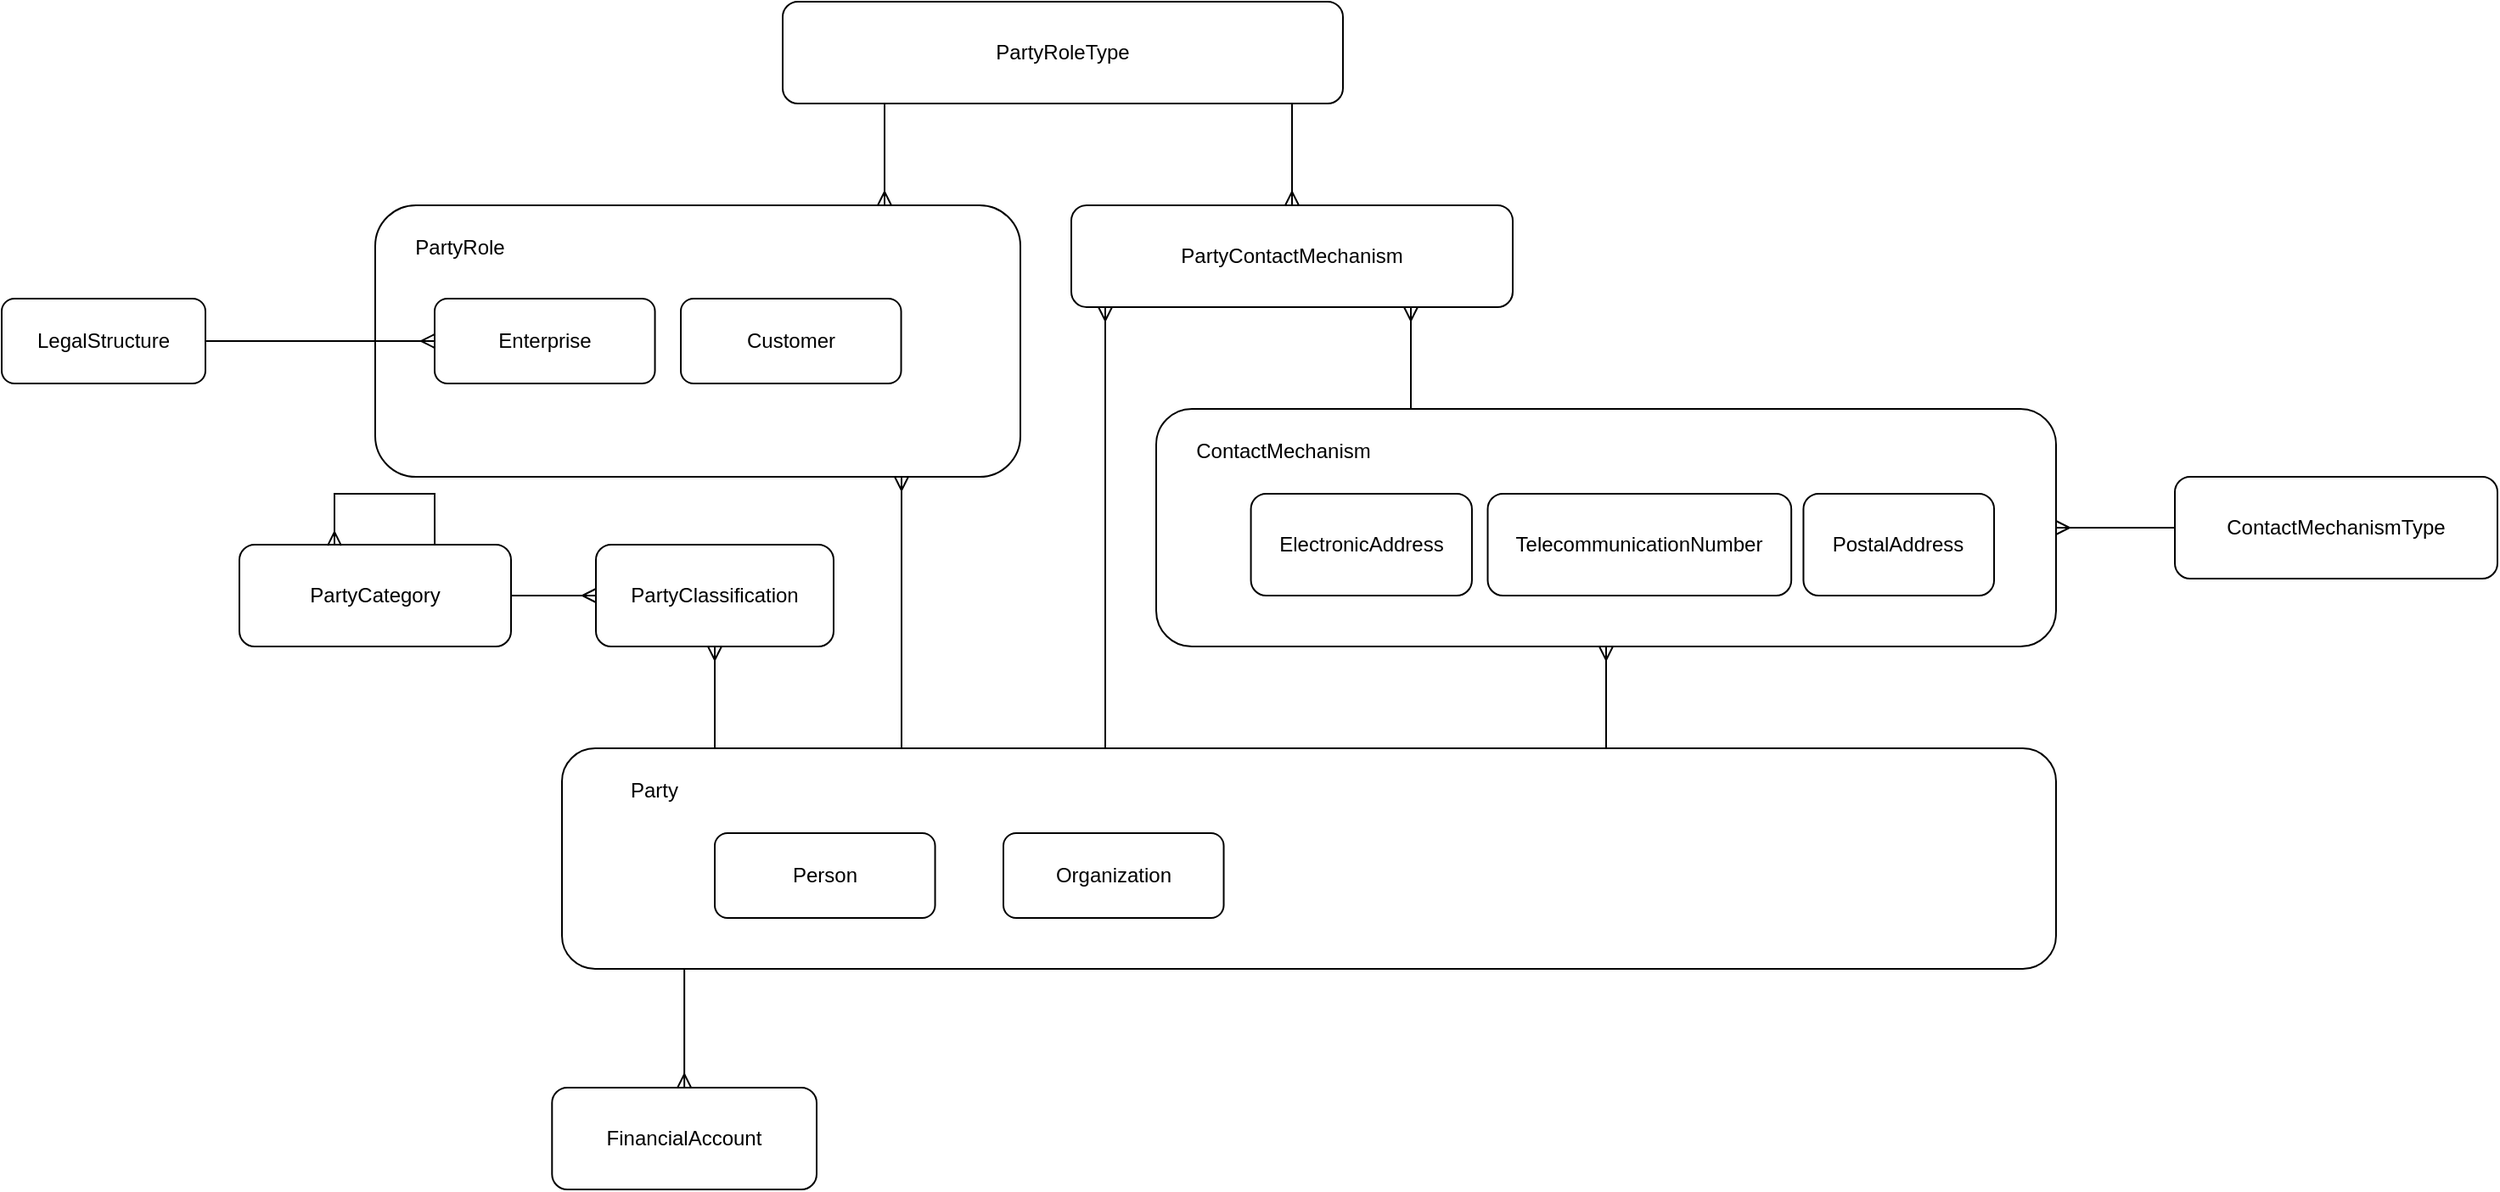
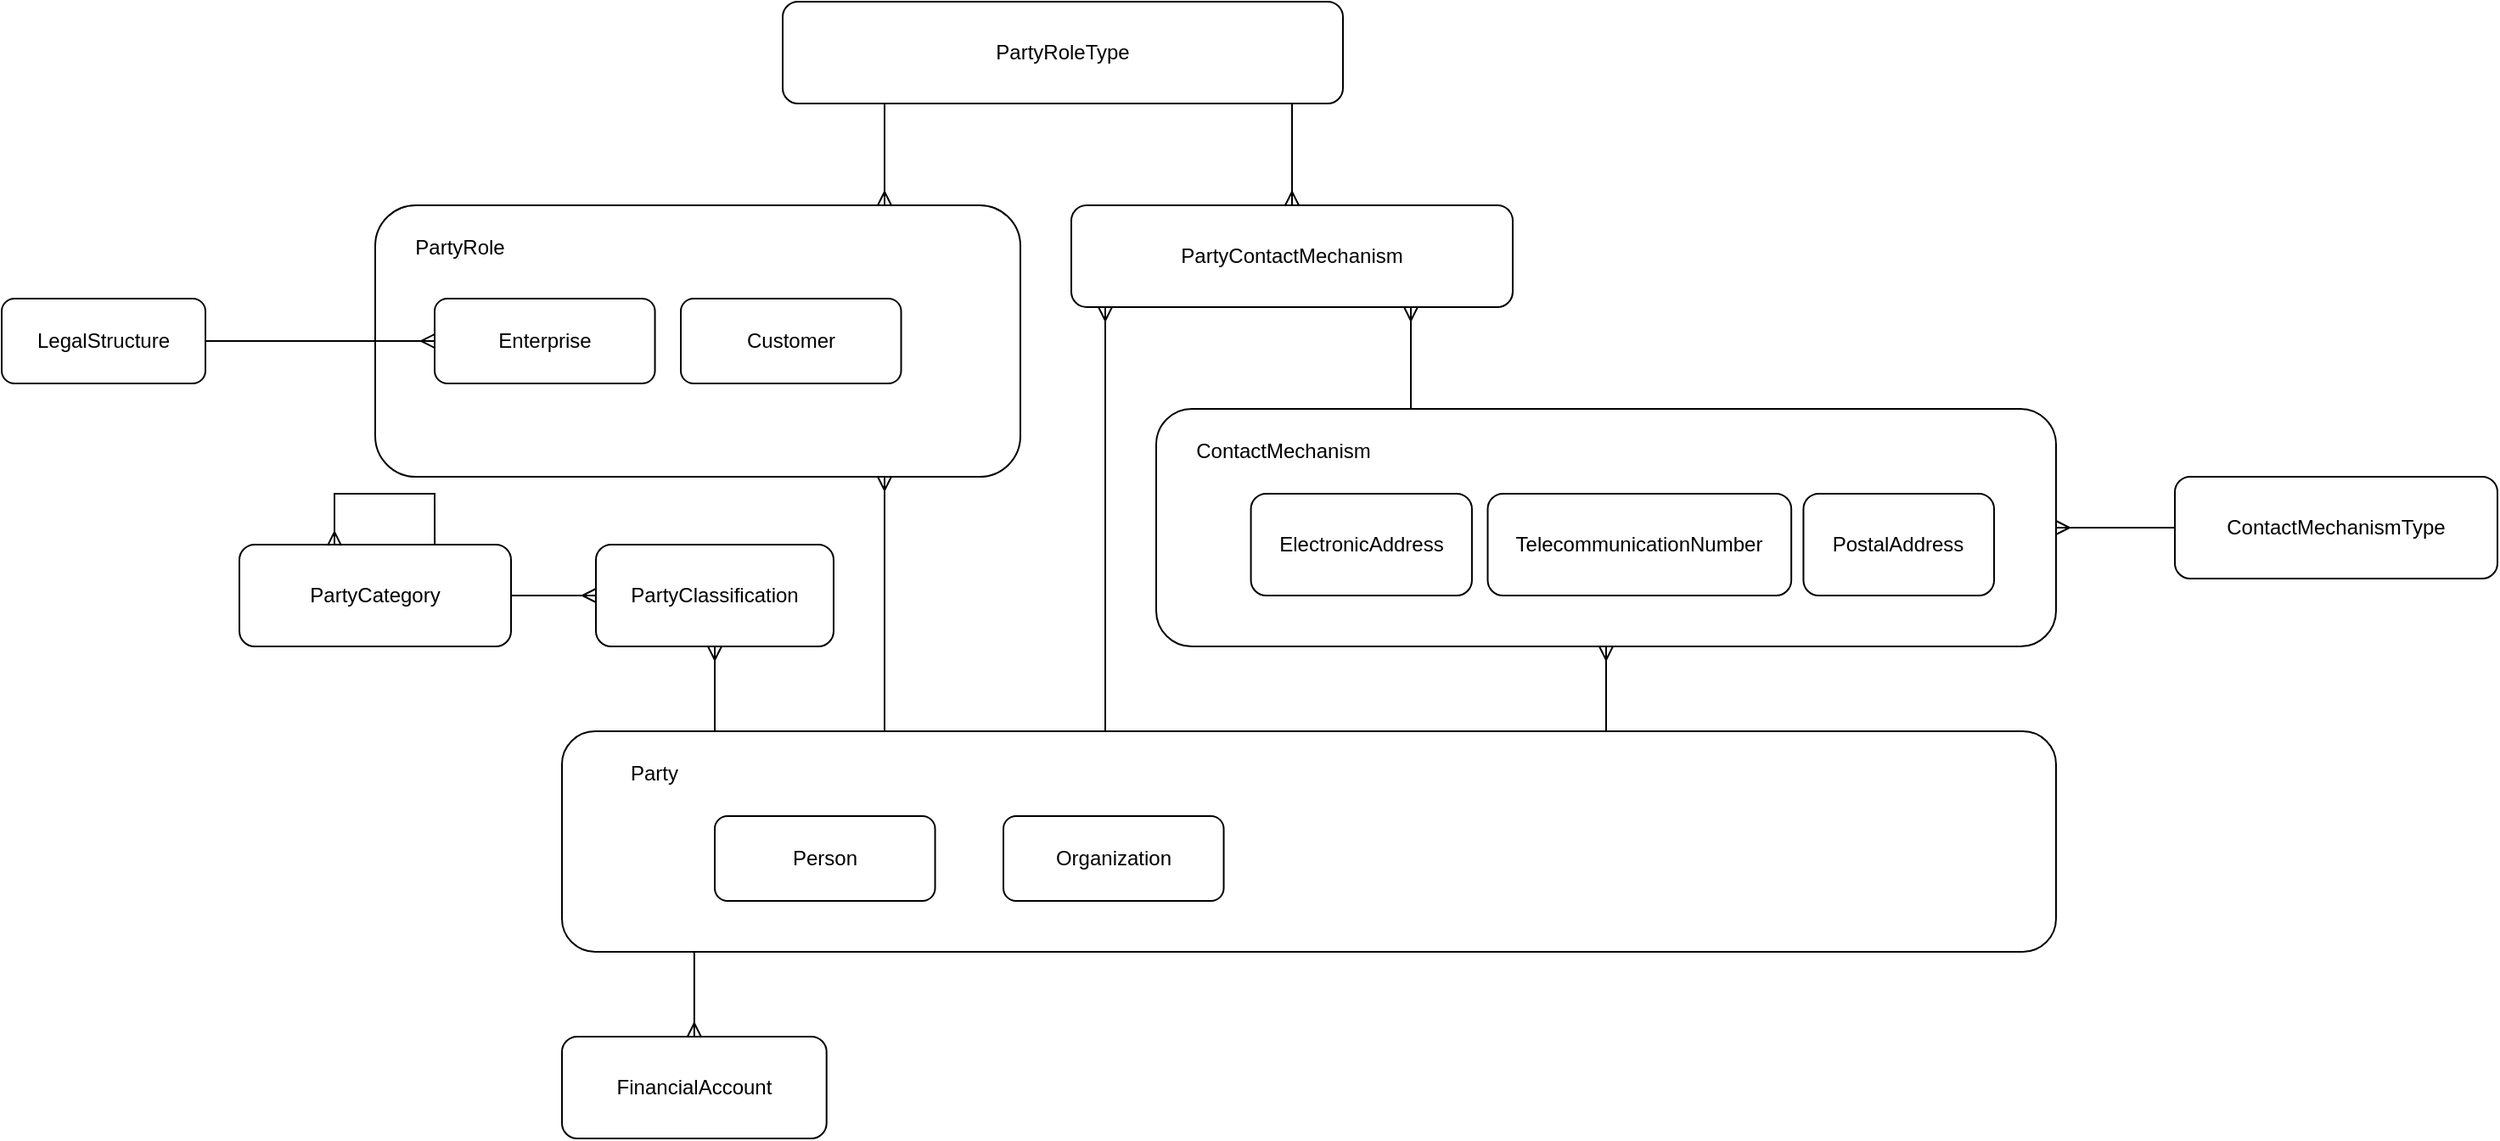
<mxfile host="app.diagrams.net" agent="Mozilla/5.0 (Windows NT 10.0; Win64; x64) AppleWebKit/537.36 (KHTML, like Gecko) Chrome/141.0.0.0 Safari/537.36" version="28.2.9">
  <diagram name="Page-1" id="d0nJ6Fx9cUZLMqGtfM0H">
-     <mxGraphModel dx="2339" dy="1989" grid="1" gridSize="10" guides="1" tooltips="1" connect="1" arrows="1" fold="1" page="1" pageScale="1" pageWidth="850" pageHeight="1100" math="0" shadow="0">
+     <mxGraphModel dx="1842" dy="1692" grid="1" gridSize="10" guides="1" tooltips="1" connect="1" arrows="1" fold="1" page="1" pageScale="1" pageWidth="850" pageHeight="1100" math="0" shadow="0">
      <root>
        <mxCell id="0" />
        <mxCell id="1" parent="0" />
        <mxCell id="tdPrWEJd15tEannaNgth-4" style="edgeStyle=orthogonalEdgeStyle;rounded=0;orthogonalLoop=1;jettySize=auto;html=1;startArrow=ERmany;startFill=0;endArrow=none;endFill=0;" edge="1" parent="1" source="tdPrWEJd15tEannaNgth-2" target="tdPrWEJd15tEannaNgth-3">
          <mxGeometry relative="1" as="geometry" />
        </mxCell>
        <mxCell id="tdPrWEJd15tEannaNgth-3" value="ContactMechanismType" style="rounded=1;whiteSpace=wrap;html=1;" vertex="1" parent="1">
-           <mxGeometry x="600" y="250" width="190" height="60" as="geometry" />
+           <mxGeometry x="600" y="260" width="190" height="60" as="geometry" />
        </mxCell>
        <mxCell id="tdPrWEJd15tEannaNgth-13" value="PartyRoleType" style="rounded=1;whiteSpace=wrap;html=1;" vertex="1" parent="1">
-           <mxGeometry x="-220" y="-30" width="330" height="60" as="geometry" />
+           <mxGeometry x="-220" y="-20" width="330" height="60" as="geometry" />
        </mxCell>
        <mxCell id="tdPrWEJd15tEannaNgth-14" style="edgeStyle=orthogonalEdgeStyle;rounded=0;orthogonalLoop=1;jettySize=auto;html=1;startArrow=ERmany;startFill=0;endArrow=none;endFill=0;" edge="1" parent="1" source="tdPrWEJd15tEannaNgth-15" target="tdPrWEJd15tEannaNgth-13">
          <mxGeometry relative="1" as="geometry">
-             <mxPoint x="730" y="420" as="sourcePoint" />
-             <mxPoint x="730" y="340" as="targetPoint" />
+             <mxPoint x="730" y="430" as="sourcePoint" />
+             <mxPoint x="730" y="350" as="targetPoint" />
            <Array as="points">
-               <mxPoint x="50" y="20" />
-               <mxPoint x="50" y="20" />
+               <mxPoint x="50" y="30" />
+               <mxPoint x="50" y="30" />
            </Array>
          </mxGeometry>
        </mxCell>
        <mxCell id="tdPrWEJd15tEannaNgth-15" value="PartyContactMechanism" style="rounded=1;whiteSpace=wrap;html=1;" vertex="1" parent="1">
-           <mxGeometry x="-50" y="90" width="260" height="60" as="geometry" />
+           <mxGeometry x="-50" y="100" width="260" height="60" as="geometry" />
        </mxCell>
        <mxCell id="tdPrWEJd15tEannaNgth-18" style="edgeStyle=orthogonalEdgeStyle;rounded=0;orthogonalLoop=1;jettySize=auto;html=1;startArrow=ERmany;startFill=0;endArrow=none;endFill=0;" edge="1" parent="1" source="tdPrWEJd15tEannaNgth-15">
          <mxGeometry relative="1" as="geometry">
            <mxPoint x="-30.00117647058829" y="130" as="sourcePoint" />
            <mxPoint x="-30.00117647058829" y="410" as="targetPoint" />
            <Array as="points">
              <mxPoint x="-30" y="210" />
              <mxPoint x="-30" y="210" />
            </Array>
          </mxGeometry>
        </mxCell>
        <mxCell id="tdPrWEJd15tEannaNgth-19" value="" style="group" vertex="1" connectable="0" parent="1">
-           <mxGeometry y="210" width="530" height="140" as="geometry" />
+           <mxGeometry y="220" width="530" height="140" as="geometry" />
        </mxCell>
        <mxCell id="tdPrWEJd15tEannaNgth-2" value="" style="rounded=1;whiteSpace=wrap;html=1;" vertex="1" parent="tdPrWEJd15tEannaNgth-19">
          <mxGeometry width="530" height="140" as="geometry" />
        </mxCell>
        <mxCell id="tdPrWEJd15tEannaNgth-5" value="ElectronicAddress" style="rounded=1;whiteSpace=wrap;html=1;" vertex="1" parent="tdPrWEJd15tEannaNgth-19">
          <mxGeometry x="55.78947368421052" y="50" width="130.17543859649123" height="60" as="geometry" />
        </mxCell>
        <mxCell id="tdPrWEJd15tEannaNgth-6" value="TelecommunicationNumber" style="rounded=1;whiteSpace=wrap;html=1;" vertex="1" parent="tdPrWEJd15tEannaNgth-19">
          <mxGeometry x="195.26315789473682" y="50" width="178.81456140350878" height="60" as="geometry" />
        </mxCell>
        <mxCell id="tdPrWEJd15tEannaNgth-7" value="ContactMechanism" style="text;html=1;whiteSpace=wrap;strokeColor=none;fillColor=none;align=center;verticalAlign=middle;rounded=0;" vertex="1" parent="tdPrWEJd15tEannaNgth-19">
          <mxGeometry x="27.896882591093107" y="10" width="94.41295546558705" height="30" as="geometry" />
        </mxCell>
        <mxCell id="tdPrWEJd15tEannaNgth-8" value="PostalAddress" style="rounded=1;whiteSpace=wrap;html=1;" vertex="1" parent="tdPrWEJd15tEannaNgth-19">
          <mxGeometry x="381.2280701754386" y="50" width="112.29491228070175" height="60" as="geometry" />
        </mxCell>
        <mxCell id="tdPrWEJd15tEannaNgth-20" style="edgeStyle=orthogonalEdgeStyle;rounded=0;orthogonalLoop=1;jettySize=auto;html=1;startArrow=ERmany;startFill=0;endArrow=none;endFill=0;" edge="1" parent="1" source="tdPrWEJd15tEannaNgth-15" target="tdPrWEJd15tEannaNgth-2">
          <mxGeometry relative="1" as="geometry">
-             <mxPoint x="370" y="120" as="sourcePoint" />
-             <mxPoint x="370" y="430" as="targetPoint" />
+             <mxPoint x="370" y="130" as="sourcePoint" />
+             <mxPoint x="370" y="440" as="targetPoint" />
            <Array as="points">
-               <mxPoint x="150" y="160" />
-               <mxPoint x="150" y="160" />
+               <mxPoint x="150" y="170" />
+               <mxPoint x="150" y="170" />
            </Array>
          </mxGeometry>
        </mxCell>
        <mxCell id="tdPrWEJd15tEannaNgth-21" style="edgeStyle=orthogonalEdgeStyle;rounded=0;orthogonalLoop=1;jettySize=auto;html=1;startArrow=ERmany;startFill=0;endArrow=none;endFill=0;" edge="1" parent="1" source="tdPrWEJd15tEannaNgth-2" target="tdPrWEJd15tEannaNgth-1">
          <mxGeometry relative="1" as="geometry">
            <mxPoint x="240" y="400" as="sourcePoint" />
            <mxPoint x="240" y="470" as="targetPoint" />
            <Array as="points">
              <mxPoint x="305" y="420" />
              <mxPoint x="305" y="420" />
            </Array>
          </mxGeometry>
        </mxCell>
        <mxCell id="tdPrWEJd15tEannaNgth-22" value="LegalStructure" style="rounded=1;whiteSpace=wrap;html=1;" vertex="1" parent="1">
-           <mxGeometry x="-680" y="145" width="120" height="50" as="geometry" />
+           <mxGeometry x="-680" y="155" width="120" height="50" as="geometry" />
        </mxCell>
        <mxCell id="tdPrWEJd15tEannaNgth-27" value="PartyClassification" style="rounded=1;whiteSpace=wrap;html=1;" vertex="1" parent="1">
-           <mxGeometry x="-330" y="290" width="140" height="60" as="geometry" />
+           <mxGeometry x="-330" y="300" width="140" height="60" as="geometry" />
        </mxCell>
        <mxCell id="tdPrWEJd15tEannaNgth-28" value="PartyCategory" style="rounded=1;whiteSpace=wrap;html=1;" vertex="1" parent="1">
-           <mxGeometry x="-540" y="290" width="160" height="60" as="geometry" />
+           <mxGeometry x="-540" y="300" width="160" height="60" as="geometry" />
        </mxCell>
        <mxCell id="tdPrWEJd15tEannaNgth-31" style="edgeStyle=orthogonalEdgeStyle;rounded=0;orthogonalLoop=1;jettySize=auto;html=1;startArrow=ERmany;startFill=0;endArrow=none;endFill=0;" edge="1" parent="1" source="tdPrWEJd15tEannaNgth-27" target="tdPrWEJd15tEannaNgth-1">
          <mxGeometry relative="1" as="geometry">
            <mxPoint x="-260" y="180" as="sourcePoint" />
            <mxPoint x="-260" y="250" as="targetPoint" />
            <Array as="points">
              <mxPoint x="-260" y="370" />
              <mxPoint x="-260" y="370" />
            </Array>
          </mxGeometry>
        </mxCell>
        <mxCell id="tdPrWEJd15tEannaNgth-32" style="edgeStyle=orthogonalEdgeStyle;rounded=0;orthogonalLoop=1;jettySize=auto;html=1;startArrow=ERmany;startFill=0;endArrow=none;endFill=0;" edge="1" parent="1" source="tdPrWEJd15tEannaNgth-27" target="tdPrWEJd15tEannaNgth-28">
          <mxGeometry relative="1" as="geometry">
-             <mxPoint x="-230" y="200" as="sourcePoint" />
-             <mxPoint x="-230" y="270" as="targetPoint" />
+             <mxPoint x="-230" y="210" as="sourcePoint" />
+             <mxPoint x="-230" y="280" as="targetPoint" />
            <Array as="points" />
          </mxGeometry>
        </mxCell>
        <mxCell id="tdPrWEJd15tEannaNgth-33" style="edgeStyle=orthogonalEdgeStyle;rounded=0;orthogonalLoop=1;jettySize=auto;html=1;startArrow=ERmany;startFill=0;endArrow=none;endFill=0;exitX=0.35;exitY=0.009;exitDx=0;exitDy=0;exitPerimeter=0;entryX=0.719;entryY=0;entryDx=0;entryDy=0;entryPerimeter=0;" edge="1" parent="1" source="tdPrWEJd15tEannaNgth-28" target="tdPrWEJd15tEannaNgth-28">
          <mxGeometry relative="1" as="geometry">
-             <mxPoint x="-485" y="280" as="sourcePoint" />
-             <mxPoint x="-425" y="280" as="targetPoint" />
+             <mxPoint x="-485" y="290" as="sourcePoint" />
+             <mxPoint x="-425" y="290" as="targetPoint" />
            <Array as="points">
-               <mxPoint x="-484" y="260" />
-               <mxPoint x="-425" y="260" />
+               <mxPoint x="-484" y="270" />
+               <mxPoint x="-425" y="270" />
            </Array>
          </mxGeometry>
        </mxCell>
        <mxCell id="tdPrWEJd15tEannaNgth-35" value="" style="rounded=1;whiteSpace=wrap;html=1;" vertex="1" parent="1">
-           <mxGeometry x="-460" y="90" width="380" height="160" as="geometry" />
+           <mxGeometry x="-460" y="100" width="380" height="160" as="geometry" />
        </mxCell>
-         <mxCell id="tdPrWEJd15tEannaNgth-37" style="edgeStyle=orthogonalEdgeStyle;rounded=0;orthogonalLoop=1;jettySize=auto;html=1;startArrow=ERmany;startFill=0;endArrow=none;endFill=0;" edge="1" parent="1" source="tdPrWEJd15tEannaNgth-35" target="tdPrWEJd15tEannaNgth-1">
+         <mxCell id="tdPrWEJd15tEannaNgth-37" style="edgeStyle=orthogonalEdgeStyle;rounded=0;orthogonalLoop=1;jettySize=auto;html=1;startArrow=ERmany;startFill=0;endArrow=none;endFill=0;" edge="1" parent="1" source="tdPrWEJd15tEannaNgth-35">
          <mxGeometry relative="1" as="geometry">
-             <mxPoint x="-130" y="350" as="sourcePoint" />
-             <mxPoint x="-130" y="420" as="targetPoint" />
+             <mxPoint x="-160" y="260.0000000000002" as="sourcePoint" />
+             <mxPoint x="-160" y="410" as="targetPoint" />
            <Array as="points">
-               <mxPoint x="-150" y="260" />
-               <mxPoint x="-150" y="260" />
+               <mxPoint x="-160" y="260" />
            </Array>
          </mxGeometry>
        </mxCell>
        <mxCell id="tdPrWEJd15tEannaNgth-38" style="edgeStyle=orthogonalEdgeStyle;rounded=0;orthogonalLoop=1;jettySize=auto;html=1;startArrow=ERmany;startFill=0;endArrow=none;endFill=0;" edge="1" parent="1" source="tdPrWEJd15tEannaNgth-35" target="tdPrWEJd15tEannaNgth-13">
          <mxGeometry relative="1" as="geometry">
-             <mxPoint x="-150" y="160" as="sourcePoint" />
-             <mxPoint x="-150" y="10" as="targetPoint" />
+             <mxPoint x="-150" y="170" as="sourcePoint" />
+             <mxPoint x="-150" y="20" as="targetPoint" />
            <Array as="points">
-               <mxPoint x="-160" y="50" />
-               <mxPoint x="-160" y="50" />
+               <mxPoint x="-160" y="60" />
+               <mxPoint x="-160" y="60" />
            </Array>
          </mxGeometry>
        </mxCell>
        <mxCell id="tdPrWEJd15tEannaNgth-1" value="" style="rounded=1;whiteSpace=wrap;html=1;" vertex="1" parent="1">
          <mxGeometry x="-350" y="410" width="880" height="130" as="geometry" />
        </mxCell>
        <mxCell id="tdPrWEJd15tEannaNgth-9" value="Party" style="text;html=1;whiteSpace=wrap;strokeColor=none;fillColor=none;align=center;verticalAlign=middle;rounded=0;" vertex="1" parent="1">
          <mxGeometry x="-336.46153846153845" y="420" width="81.23076923076923" height="30" as="geometry" />
        </mxCell>
        <mxCell id="tdPrWEJd15tEannaNgth-17" value="Enterprise" style="rounded=1;whiteSpace=wrap;html=1;" vertex="1" parent="1">
-           <mxGeometry x="-424.99999999999994" y="145" width="129.77" height="50" as="geometry" />
+           <mxGeometry x="-424.99999999999994" y="155" width="129.77" height="50" as="geometry" />
        </mxCell>
        <mxCell id="tdPrWEJd15tEannaNgth-40" value="PartyRole" style="text;html=1;whiteSpace=wrap;strokeColor=none;fillColor=none;align=center;verticalAlign=middle;rounded=0;" vertex="1" parent="1">
-           <mxGeometry x="-440" y="100" width="60" height="30" as="geometry" />
+           <mxGeometry x="-440" y="110" width="60" height="30" as="geometry" />
        </mxCell>
        <mxCell id="tdPrWEJd15tEannaNgth-42" style="edgeStyle=orthogonalEdgeStyle;rounded=0;orthogonalLoop=1;jettySize=auto;html=1;startArrow=ERmany;startFill=0;endArrow=none;endFill=0;" edge="1" parent="1" source="tdPrWEJd15tEannaNgth-17" target="tdPrWEJd15tEannaNgth-22">
          <mxGeometry relative="1" as="geometry">
-             <mxPoint x="-90" y="310" as="sourcePoint" />
-             <mxPoint x="-90" y="470" as="targetPoint" />
+             <mxPoint x="-90" y="320" as="sourcePoint" />
+             <mxPoint x="-90" y="480" as="targetPoint" />
            <Array as="points" />
          </mxGeometry>
        </mxCell>
        <mxCell id="tdPrWEJd15tEannaNgth-43" value="Customer" style="rounded=1;whiteSpace=wrap;html=1;" vertex="1" parent="1">
-           <mxGeometry x="-280" y="145" width="129.77" height="50" as="geometry" />
+           <mxGeometry x="-280" y="155" width="129.77" height="50" as="geometry" />
        </mxCell>
        <mxCell id="tdPrWEJd15tEannaNgth-44" value="Person" style="rounded=1;whiteSpace=wrap;html=1;" vertex="1" parent="1">
          <mxGeometry x="-260" y="460" width="129.77" height="50" as="geometry" />
        </mxCell>
        <mxCell id="tdPrWEJd15tEannaNgth-45" value="Organization" style="rounded=1;whiteSpace=wrap;html=1;" vertex="1" parent="1">
          <mxGeometry x="-90" y="460" width="129.77" height="50" as="geometry" />
        </mxCell>
        <mxCell id="tdPrWEJd15tEannaNgth-46" value="FinancialAccount" style="rounded=1;whiteSpace=wrap;html=1;" vertex="1" parent="1">
-           <mxGeometry x="-355.85" y="610" width="155.85" height="60" as="geometry" />
+           <mxGeometry x="-350" y="590" width="155.85" height="60" as="geometry" />
        </mxCell>
        <mxCell id="tdPrWEJd15tEannaNgth-47" style="edgeStyle=orthogonalEdgeStyle;rounded=0;orthogonalLoop=1;jettySize=auto;html=1;startArrow=ERmany;startFill=0;endArrow=none;endFill=0;" edge="1" parent="1" source="tdPrWEJd15tEannaNgth-46" target="tdPrWEJd15tEannaNgth-1">
          <mxGeometry relative="1" as="geometry">
            <mxPoint x="-80" y="670" as="sourcePoint" />
            <mxPoint x="-80" y="730" as="targetPoint" />
            <Array as="points">
              <mxPoint x="-278" y="610" />
              <mxPoint x="-278" y="610" />
            </Array>
          </mxGeometry>
        </mxCell>
      </root>
    </mxGraphModel>
  </diagram>
</mxfile>
